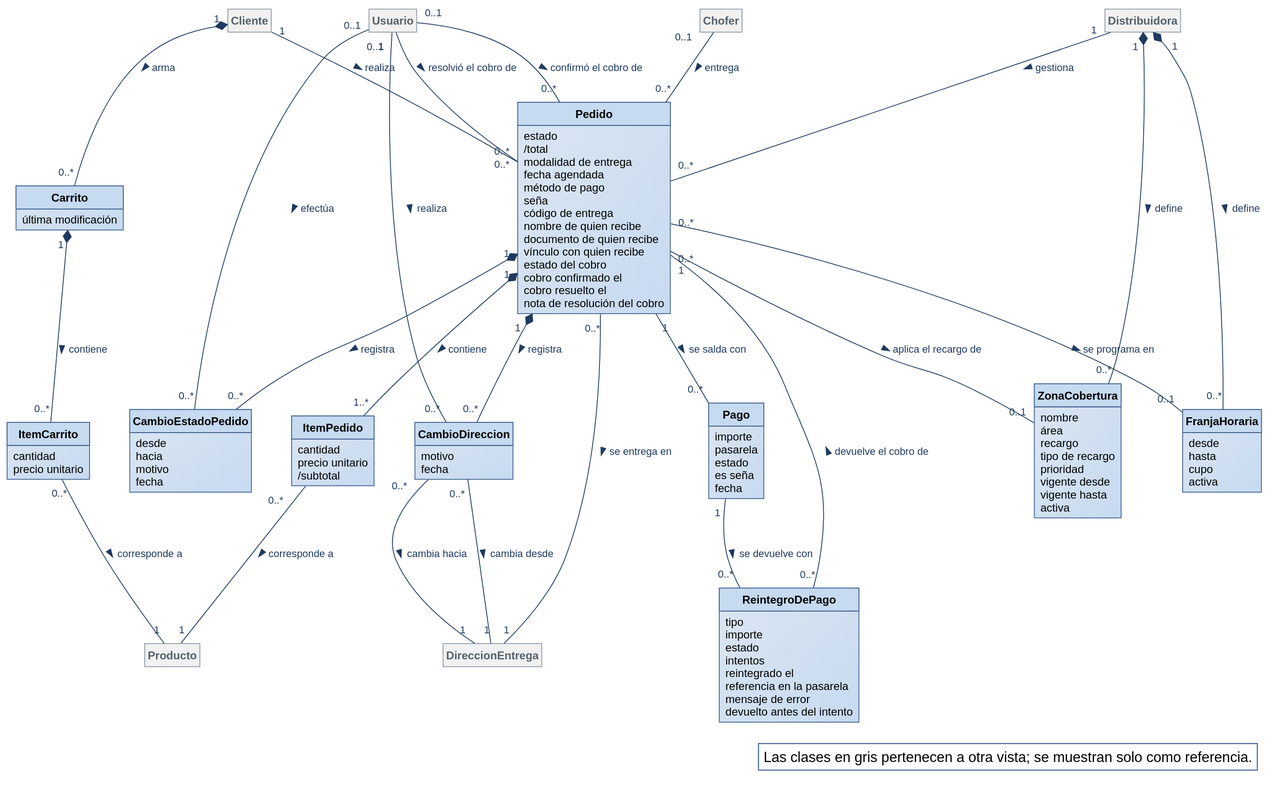
Earlier version of the PlantUML export diagramas/modelo-conceptual/MC_Pedidos.svg (Nahuelito-Dev/splg-docs).
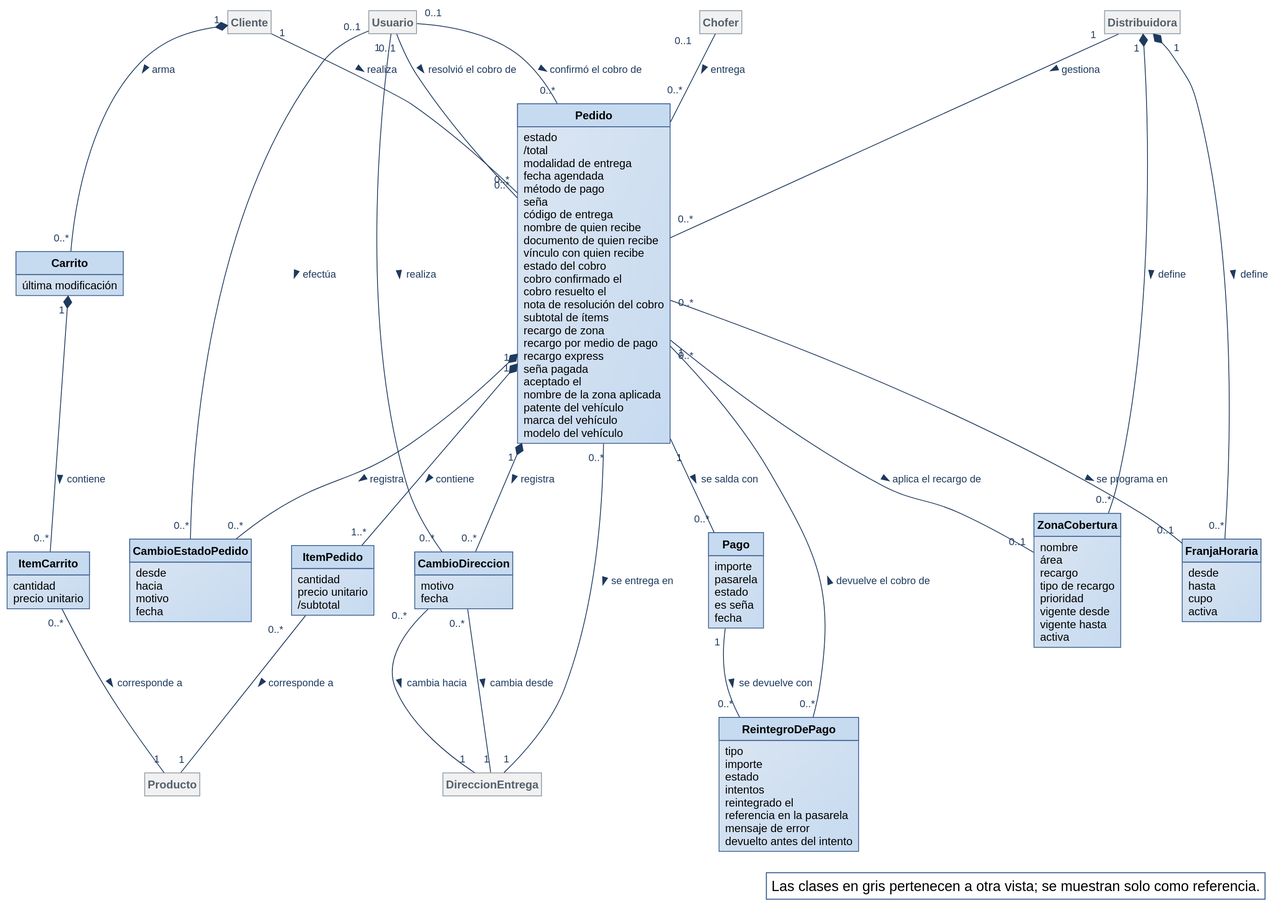
Later version of the same file.

What changed in the source:
```diff
@@ -22,6 +22,16 @@
   cobro confirmado el
   cobro resuelto el
   nota de resolución del cobro
+  subtotal de ítems
+  recargo de zona
+  recargo por medio de pago
+  recargo express
+  seña pagada
+  aceptado el
+  nombre de la zona aplicada
+  patente del vehículo
+  marca del vehículo
+  modelo del vehículo
 }
 class ItemPedido {
   cantidad
```
